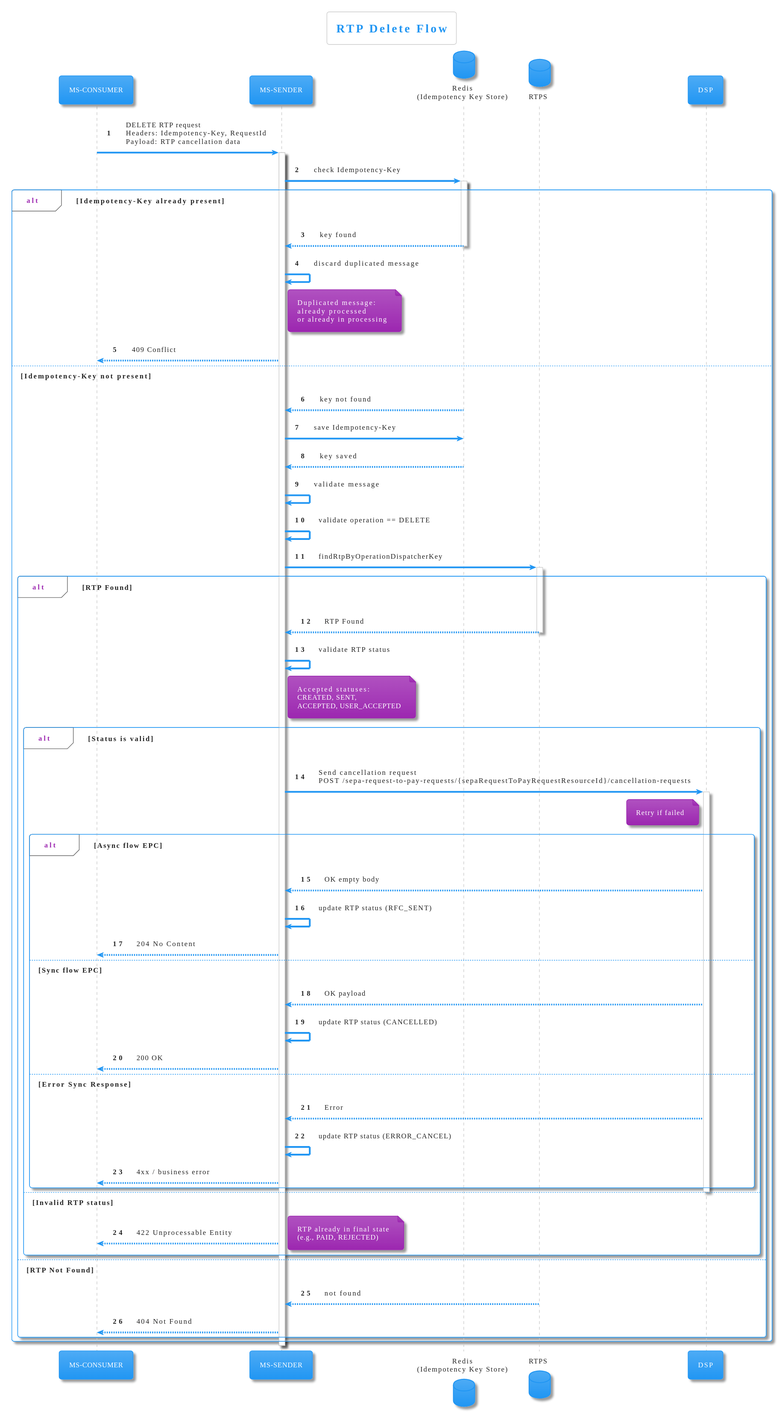
Earlier version of the PlantUML export diagrams/cancel.svg (pagopa/rtp-docs).
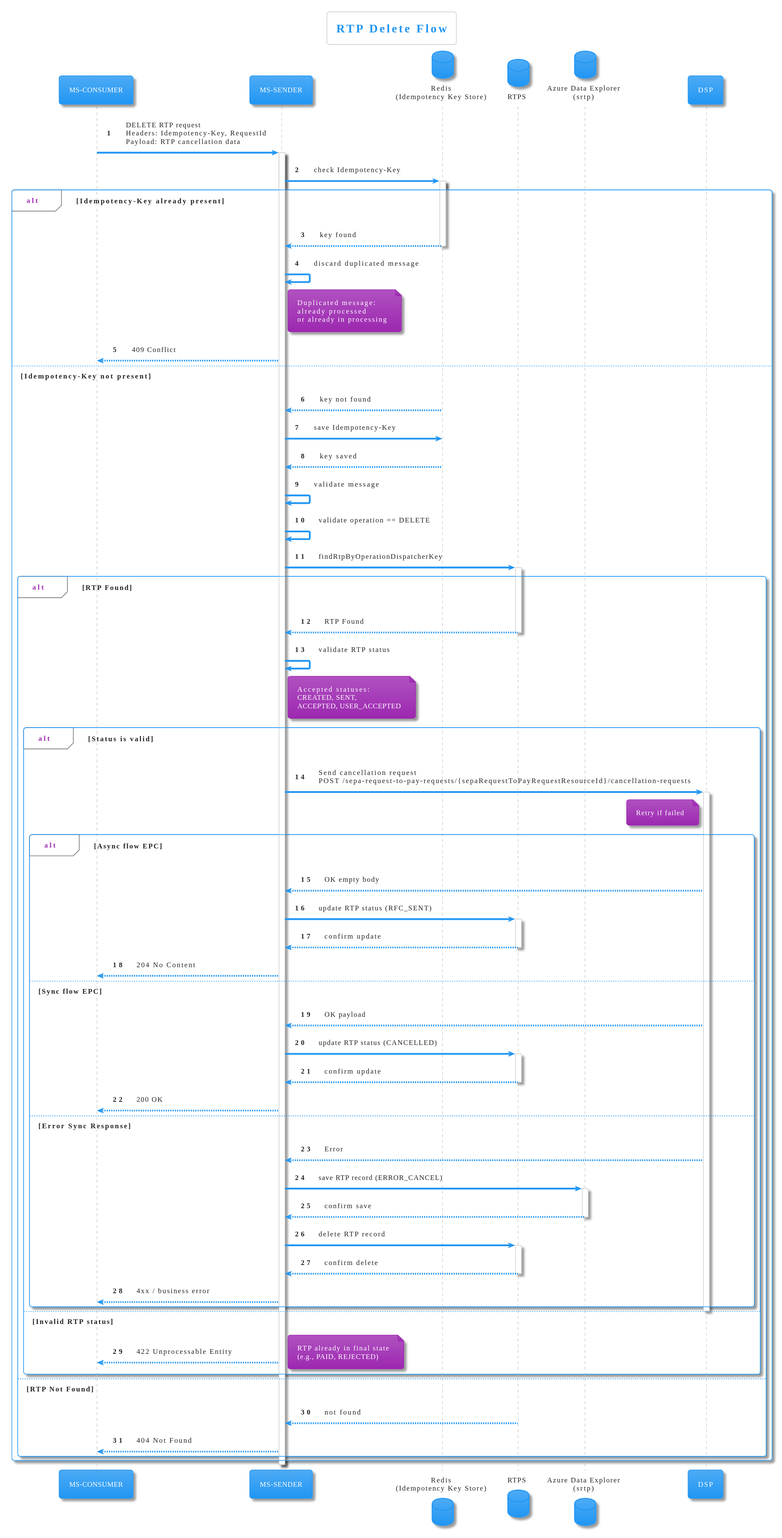
Later version of the same file.

Change to the diagram source:
```diff
@@ -8,6 +8,7 @@
 participant "MS-SENDER" as SENDER
 database "Redis\n(Idempotency Key Store)" as REDIS
 database "RTPS" as SRTP
+database "Azure Data Explorer\n(srtp)" as ADX
 participant "DSP" as DSP
 
 autonumber
@@ -61,17 +62,30 @@
 
             alt Async flow EPC
                 DSP --> SENDER: OK empty body
-                SENDER -> SENDER: update RTP status (RFC_SENT)
+                SENDER -> SRTP: update RTP status (RFC_SENT)
+                activate SRTP
+                SRTP --> SENDER: confirm update
+                deactivate SRTP
                 SENDER --> CONSUMER: 204 No Content
 
             else Sync flow EPC
                 DSP --> SENDER: OK payload
-                SENDER -> SENDER: update RTP status (CANCELLED)
+                SENDER -> SRTP: update RTP status (CANCELLED)
+                activate SRTP
+                SRTP --> SENDER: confirm update
+                deactivate SRTP
                 SENDER --> CONSUMER: 200 OK
 
             else Error Sync Response
                 DSP --> SENDER: Error
-                SENDER -> SENDER: update RTP status (ERROR_CANCEL)
+                SENDER -> ADX: save RTP record (ERROR_CANCEL)
+                activate ADX
+                ADX --> SENDER: confirm save
+                deactivate ADX
+                SENDER -> SRTP: delete RTP record
+                activate SRTP
+                SRTP --> SENDER: confirm delete
+                deactivate SRTP
                 SENDER --> CONSUMER: 4xx / business error
             end
 
```
